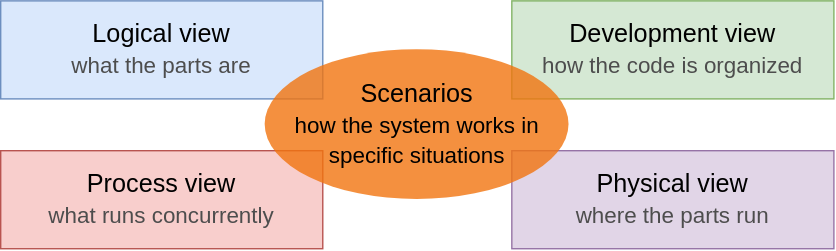
This is architecture/architectureDiagrams/views/images/fourPlusOne.svg from se-edu/se-book, a draw.io export, as it was before one commit. Source tidied: cells renumbered, new cells last; positions are measured from the earlier drawing's top-left corner, leaving out a move shared by most shapes.
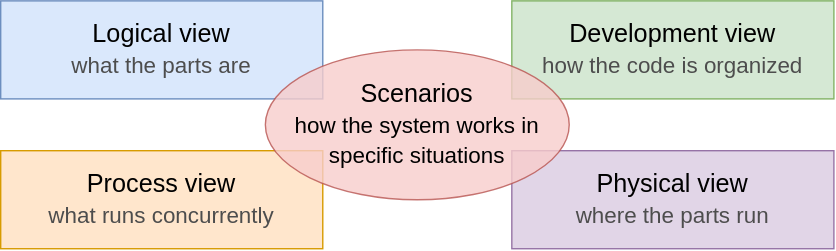
After the commit.

Diff of the diagram source:
```diff
@@ -8,13 +8,13 @@
     <mxCell id="3" value="Development view&lt;br&gt;&lt;font style=&quot;font-size: 16px;&quot; color=&quot;#4D4D4D&quot;&gt;how the code is organized&lt;/font&gt;" style="rounded=0;whiteSpace=wrap;html=1;fillColor=#d5e8d4;strokeColor=#82b366;fontColor=#000000;fontSize=18;fontFamily=Helvetica;" parent="1" vertex="1">
       <mxGeometry x="365" width="230" height="70" as="geometry" />
     </mxCell>
-    <mxCell id="4" value="Process view&lt;br&gt;&lt;font style=&quot;font-size: 16px;&quot; color=&quot;#4D4D4D&quot;&gt;what runs concurrently&lt;/font&gt;" style="rounded=0;whiteSpace=wrap;html=1;fillColor=#f8cecc;strokeColor=#b85450;fontColor=#000000;fontSize=18;fontFamily=Helvetica;" parent="1" vertex="1">
+    <mxCell id="4" value="Process view&lt;br&gt;&lt;font style=&quot;font-size: 16px;&quot; color=&quot;#4D4D4D&quot;&gt;what runs concurrently&lt;/font&gt;" style="rounded=0;whiteSpace=wrap;html=1;fillColor=#ffe6cc;strokeColor=#d79b00;fontColor=#000000;fontSize=18;fontFamily=Helvetica;" parent="1" vertex="1">
       <mxGeometry y="107" width="230" height="70" as="geometry" />
     </mxCell>
     <mxCell id="5" value="Physical view&lt;br&gt;&lt;font style=&quot;font-size: 16px;&quot; color=&quot;#4D4D4D&quot;&gt;where the parts run&lt;/font&gt;" style="rounded=0;whiteSpace=wrap;html=1;fillColor=#e1d5e7;strokeColor=#9673a6;fontColor=#000000;fontSize=18;fontFamily=Helvetica;" parent="1" vertex="1">
       <mxGeometry x="365" y="107" width="230" height="70" as="geometry" />
     </mxCell>
-    <mxCell id="6" value="Scenarios&lt;br&gt;&lt;font style=&quot;font-size: 16px;&quot;&gt;how the system works in specific situations&lt;/font&gt;" style="ellipse;whiteSpace=wrap;html=1;fillColor=#F2750F;strokeColor=none;fontColor=#000000;fontSize=18;fontFamily=Helvetica;opacity=80;" parent="1" vertex="1">
+    <mxCell id="6" value="Scenarios&lt;br&gt;&lt;font style=&quot;font-size: 16px;&quot;&gt;how the system works in specific situations&lt;/font&gt;" style="ellipse;whiteSpace=wrap;html=1;fillColor=#f8cecc;strokeColor=#b85450;fontColor=#000000;fontSize=18;fontFamily=Helvetica;opacity=80;" parent="1" vertex="1">
       <mxGeometry x="189" y="35" width="217" height="107" as="geometry" />
     </mxCell>
   </root>
```
